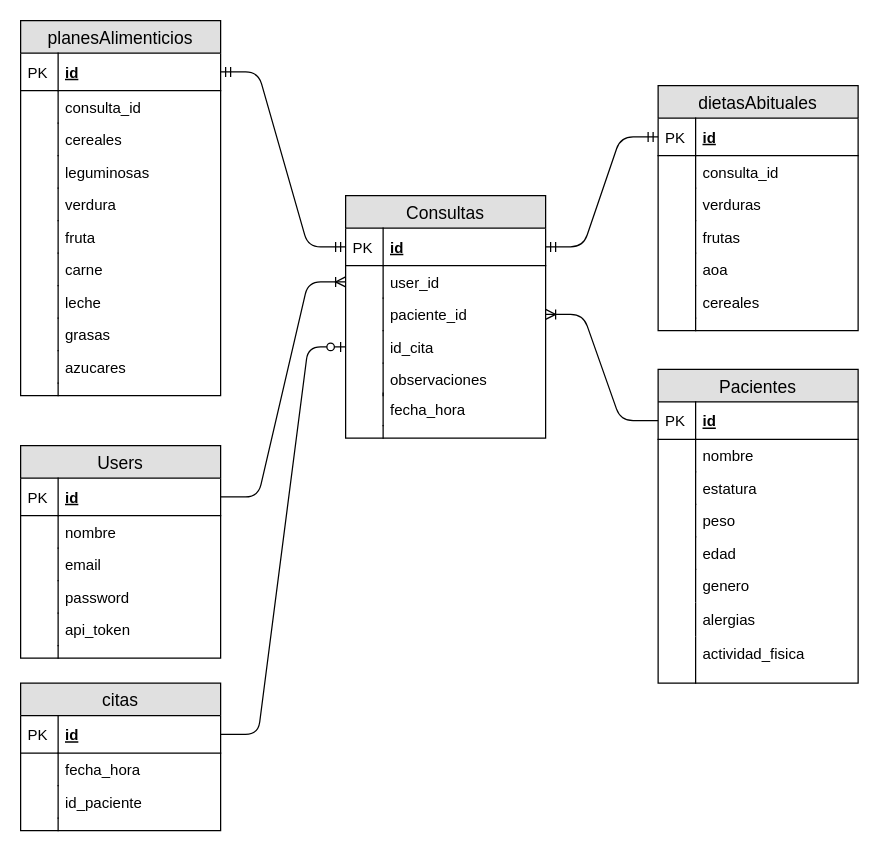
The draw.io diagram baseDeDatosProyecto.drawio in elagabalus01/nutrikit, before the edit. Source tidied: cells renumbered, new cells numbered last; positions are measured from the earlier drawing's top-left corner, leaving out a move shared by most shapes. Both pictures are drawn from the tidied source at 125%, with x=0, y=0 at pixel (20, 20).
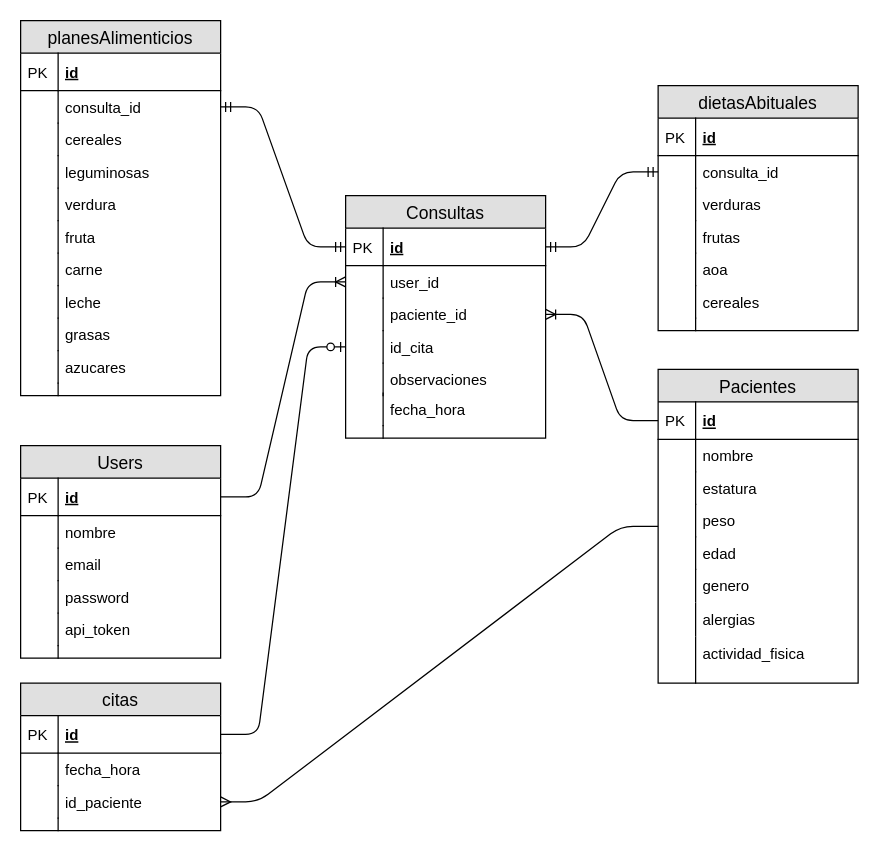
After the change.

Unchanged cells that the change refers to:
```xml
<mxCell id="15" value="Pacientes" style="swimlane;fontStyle=0;horizontal=1;startSize=26;fillColor=#e0e0e0;swimlaneFillColor=#ffffff;align=center;fontSize=14;" parent="1" vertex="1">
  <mxGeometry x="510" y="279" width="160" height="251" as="geometry" />
</mxCell>
<mxCell id="39" value="id_paciente" style="shape=partialRectangle;top=0;left=0;right=0;bottom=0;align=left;verticalAlign=top;fillColor=none;spacingLeft=34;spacingRight=4;overflow=hidden;points=[[0,0.5],[1,0.5]];portConstraint=eastwest;fontSize=12;" parent="34" vertex="1">
  <mxGeometry y="82" width="160" height="26" as="geometry" />
</mxCell>
<mxCell id="44" value="id" style="shape=partialRectangle;top=0;left=0;right=0;bottom=1;align=left;verticalAlign=middle;fillColor=none;spacingLeft=34;spacingRight=4;overflow=hidden;points=[[0,0.5],[1,0.5]];portConstraint=eastwest;fontStyle=5;fontSize=12;" parent="43" vertex="1">
  <mxGeometry y="26" width="160" height="30" as="geometry" />
</mxCell>
<mxCell id="60" value="id" style="shape=partialRectangle;top=0;left=0;right=0;bottom=1;align=left;verticalAlign=middle;fillColor=none;spacingLeft=34;spacingRight=4;overflow=hidden;points=[[0,0.5],[1,0.5]];portConstraint=eastwest;fontStyle=5;fontSize=12;" parent="59" vertex="1">
  <mxGeometry y="26" width="160" height="30" as="geometry" />
</mxCell>
<mxCell id="62" value="consulta_id" style="shape=partialRectangle;top=0;left=0;right=0;bottom=0;align=left;verticalAlign=top;fillColor=none;spacingLeft=34;spacingRight=4;overflow=hidden;points=[[0,0.5],[1,0.5]];portConstraint=eastwest;fontSize=12;" parent="59" vertex="1">
  <mxGeometry y="56" width="160" height="26" as="geometry" />
</mxCell>
<mxCell id="75" value="id" style="shape=partialRectangle;top=0;left=0;right=0;bottom=1;align=left;verticalAlign=middle;fillColor=none;spacingLeft=34;spacingRight=4;overflow=hidden;points=[[0,0.5],[1,0.5]];portConstraint=eastwest;fontStyle=5;fontSize=12;" parent="74" vertex="1">
  <mxGeometry y="26" width="160" height="30" as="geometry" />
</mxCell>
<mxCell id="77" value="consulta_id" style="shape=partialRectangle;top=0;left=0;right=0;bottom=0;align=left;verticalAlign=top;fillColor=none;spacingLeft=34;spacingRight=4;overflow=hidden;points=[[0,0.5],[1,0.5]];portConstraint=eastwest;fontSize=12;" parent="74" vertex="1">
  <mxGeometry y="56" width="160" height="26" as="geometry" />
</mxCell>
```

Change to the diagram source:
```diff
@@
-    <mxCell id="97" style="edgeStyle=entityRelationEdgeStyle;fontSize=12;html=1;endArrow=ERmandOne;startArrow=ERmandOne;" parent="1" edge="1" source="60" target="44">
+    <mxCell id="97" style="edgeStyle=entityRelationEdgeStyle;fontSize=12;html=1;endArrow=ERmandOne;startArrow=ERmandOne;" parent="1" edge="1" source="62" target="44">
       <mxGeometry relative="1" as="geometry" />
     </mxCell>
-    <mxCell id="98" style="edgeStyle=entityRelationEdgeStyle;fontSize=12;html=1;endArrow=ERmandOne;startArrow=ERmandOne;" parent="1" edge="1" source="75" target="44">
+    <mxCell id="98" style="edgeStyle=entityRelationEdgeStyle;fontSize=12;html=1;endArrow=ERmandOne;startArrow=ERmandOne;" parent="1" edge="1" source="77" target="44">
       <mxGeometry relative="1" as="geometry" />
     </mxCell>
@@
+    <mxCell id="101" style="edgeStyle=entityRelationEdgeStyle;fontSize=12;html=1;endArrow=ERmany;" parent="1" edge="1" source="15" target="39">
+      <mxGeometry relative="1" as="geometry" />
+    </mxCell>
```
